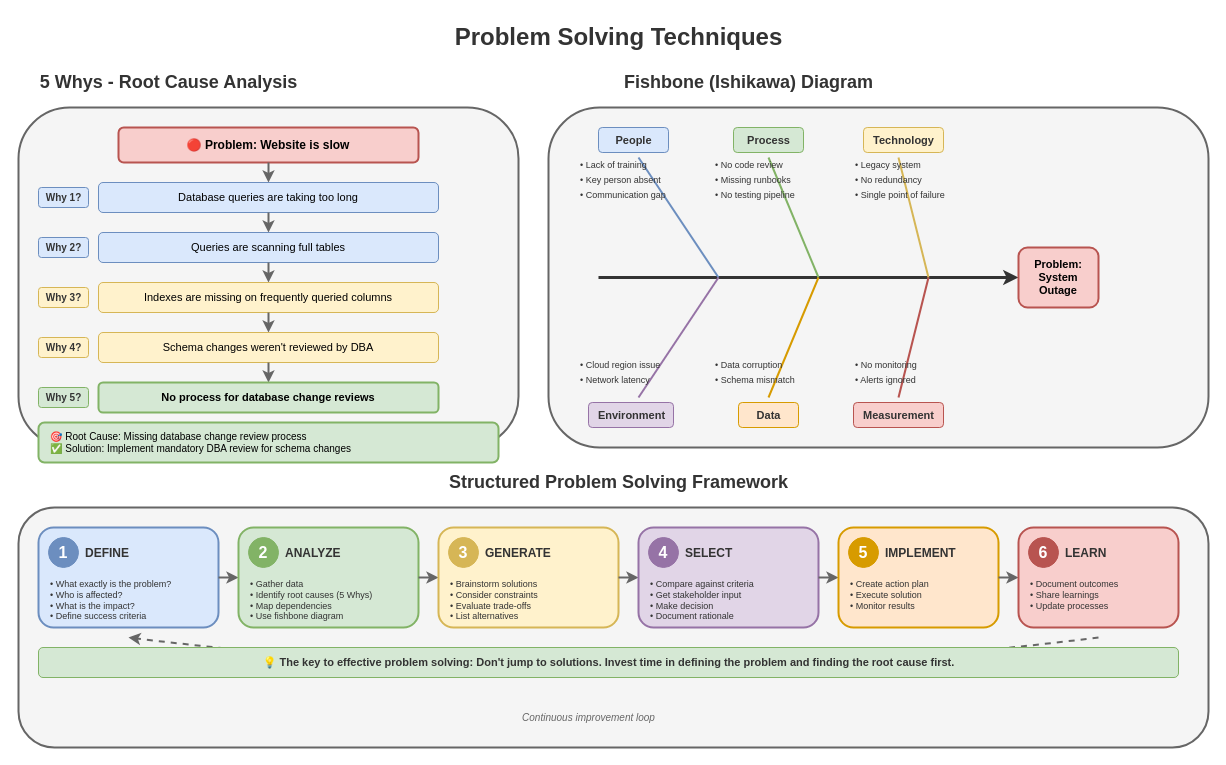
MrParkerZ7/document-lesson-software-architect-x-claude keeps this draw.io diagram as lesson-10-soft-skills/diagrams/5.1-problem-solving.drawio. Above is the earlier version. Source tidied: cells renumbered, new cells numbered last; positions are measured from the earlier drawing's top-left corner, leaving out a move shared by most shapes. Both pictures are drawn from the tidied source at 100%, with x=0, y=0 at pixel (18, 17).
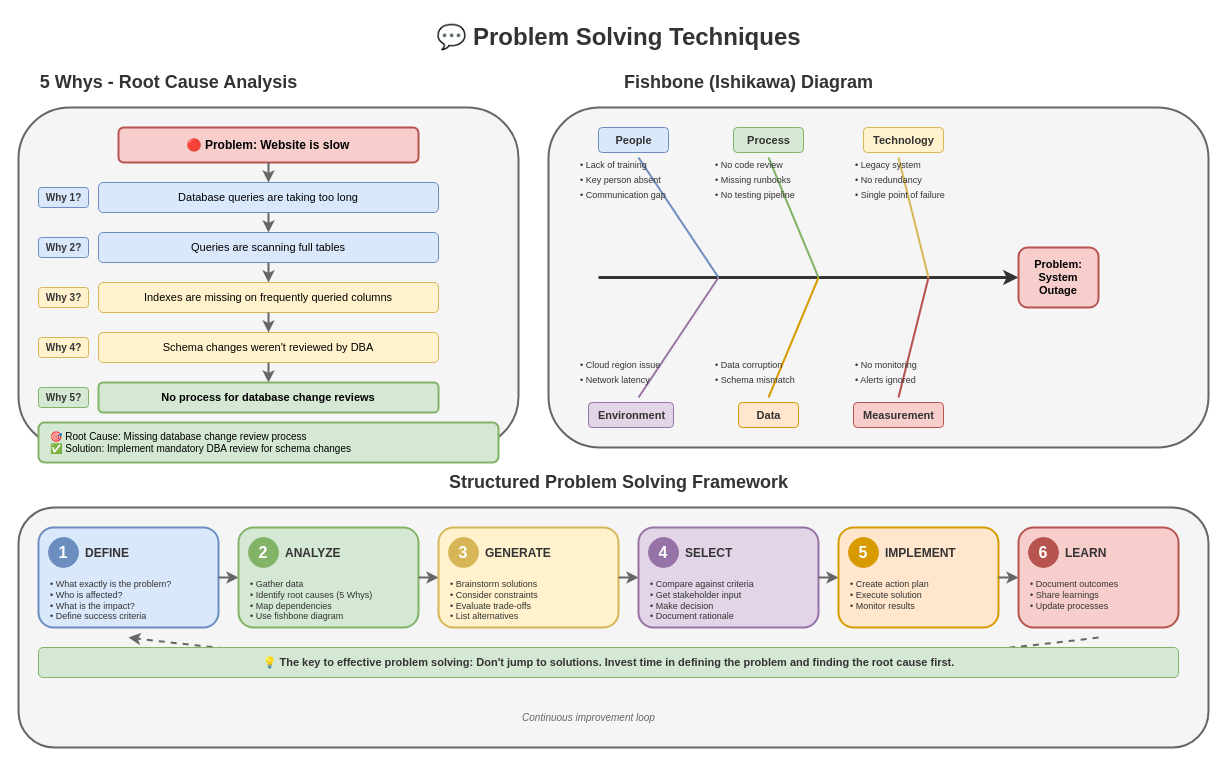
Above is the later version.

Change to the diagram source:
```diff
@@
-    <mxCell id="2" value="Problem Solving Techniques" style="text;html=1;strokeColor=none;fillColor=none;align=center;verticalAlign=middle;fontSize=24;fontStyle=1;fontColor=#333333;" parent="1" vertex="1">
+    <mxCell id="2" value="💬 Problem Solving Techniques" style="text;html=1;strokeColor=none;fillColor=none;align=center;verticalAlign=middle;fontSize=24;fontStyle=1;fontColor=#333333;" parent="1" vertex="1">
       <mxGeometry x="300" width="600" height="40" as="geometry" />
     </mxCell>
```
